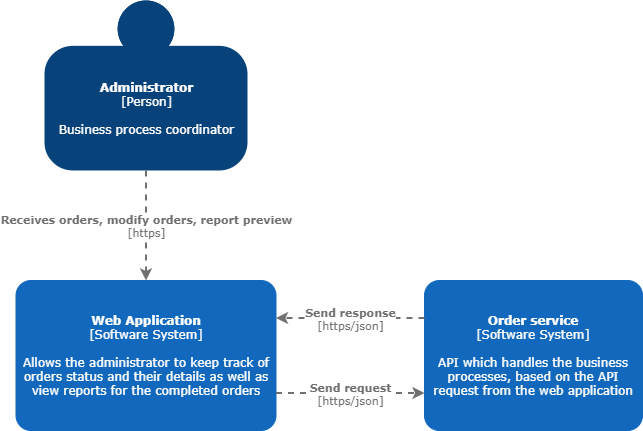
Above: documentation/C4.png in JordanRad/limpo-order-service (draw.io), before the change. Source tidied: cells renumbered, new cells last; positions are measured from the earlier drawing's top-left corner, leaving out a move shared by most shapes. Source of this version:
```xml
<mxGraphModel>
  <root>
    <mxCell id="0" />
    <mxCell id="1" parent="0" />
    <object id="2" label="&lt;b&gt;%c4Name%&lt;/b&gt;&lt;div&gt;[%c4Type%]&lt;/div&gt;&lt;br&gt;&lt;div&gt;%c4Description%&lt;/div&gt;" c4Description="Business process coordinator" c4Name="Administrator" c4Type="Person" placeholders="1">
      <mxCell style="html=1;dashed=0;whitespace=wrap;fillColor=#08427b;strokeColor=none;fontColor=#ffffff;shape=mxgraph.c4.person;align=center;points=[[0.5,0,0],[1,0.5,0],[1,0.75,0],[0.75,1,0],[0.5,1,0],[0.25,1,0],[0,0.75,0],[0,0.5,0]];metaData={&quot;c4Type&quot;:{&quot;editable&quot;:false}};fontFamily=Verdana;" parent="1" vertex="1">
        <mxGeometry x="28" width="203" height="170" as="geometry" />
      </mxCell>
    </object>
    <object id="3" label="&lt;b&gt;%c4Name%&lt;/b&gt;&lt;div&gt;[%c4Type%]&lt;/div&gt;&lt;br&gt;&lt;div&gt;%c4Description%&lt;/div&gt;" c4Description="API which handles the business processes, based on the API request from the web application" c4Name="Order service" c4Type="Software System" placeholders="1">
      <mxCell style="rounded=1;whiteSpace=wrap;html=1;labelBackgroundColor=none;fillColor=#1168BD;fontColor=#ffffff;align=center;arcSize=10;strokeColor=#1168BD;metaData={&quot;c4Type&quot;:{&quot;editable&quot;:false}};points=[[0.25,0,0],[0.5,0,0],[0.75,0,0],[1,0.25,0],[1,0.5,0],[1,0.75,0],[0.75,1,0],[0.5,1,0],[0.25,1,0],[0,0.75,0],[0,0.5,0],[0,0.25,0]];fontFamily=Verdana;" parent="1" vertex="1">
        <mxGeometry x="408" y="280" width="218" height="150" as="geometry" />
      </mxCell>
    </object>
    <object id="4" label="&lt;b&gt;%c4Name%&lt;/b&gt;&lt;div&gt;[%c4Type%]&lt;/div&gt;&lt;br&gt;&lt;div&gt;%c4Description%&lt;/div&gt;" c4Description="Allows the administrator to keep track of orders status and their details as well as view reports for the completed orders" c4Name="Web Application" c4Type="Software System" placeholders="1">
      <mxCell style="rounded=1;whiteSpace=wrap;html=1;labelBackgroundColor=none;fillColor=#1168BD;fontColor=#ffffff;align=center;arcSize=10;strokeColor=#1168BD;metaData={&quot;c4Type&quot;:{&quot;editable&quot;:false}};points=[[0.25,0,0],[0.5,0,0],[0.75,0,0],[1,0.25,0],[1,0.5,0],[1,0.75,0],[0.75,1,0],[0.5,1,0],[0.25,1,0],[0,0.75,0],[0,0.5,0],[0,0.25,0]];fontFamily=Verdana;" parent="1" vertex="1">
        <mxGeometry x="-0.5" y="280" width="260" height="150" as="geometry" />
      </mxCell>
    </object>
    <object id="5" label="&lt;div style=&quot;text-align: left&quot;&gt;&lt;div style=&quot;text-align: center&quot;&gt;&lt;b&gt;%c4Description%&lt;/b&gt;&lt;/div&gt;&lt;div style=&quot;text-align: center&quot;&gt;[%c4Technology%]&lt;/div&gt;&lt;/div&gt;" c4Description="Receives orders, modify orders, report preview" c4Technology="https" c4Type="Relationship" placeholders="1">
      <mxCell style="edgeStyle=none;rounded=0;html=1;entryX=0.5;entryY=0;jettySize=auto;strokeColor=#707070;strokeWidth=2;fontColor=#707070;jumpStyle=none;dashed=1;metaData={&quot;c4Type&quot;:{&quot;editable&quot;:false}};fontFamily=Verdana;entryDx=0;entryDy=0;entryPerimeter=0;exitX=0.5;exitY=1;exitDx=0;exitDy=0;exitPerimeter=0;" parent="1" edge="1" source="2" target="4">
        <mxGeometry relative="1" as="geometry" />
      </mxCell>
    </object>
    <object id="6" label="&lt;div style=&quot;text-align: left&quot;&gt;&lt;div style=&quot;text-align: center&quot;&gt;&lt;b&gt;%c4Description%&lt;/b&gt;&lt;/div&gt;&lt;div style=&quot;text-align: center&quot;&gt;[%c4Technology%]&lt;/div&gt;&lt;/div&gt;" c4Description="Send request" c4Technology="https/json" c4Type="Relationship" placeholders="1">
      <mxCell style="edgeStyle=none;rounded=0;html=1;jettySize=auto;strokeColor=#707070;strokeWidth=2;fontColor=#707070;jumpStyle=none;dashed=1;metaData={&quot;c4Type&quot;:{&quot;editable&quot;:false}};fontFamily=Verdana;exitX=1;exitY=0.75;exitDx=0;exitDy=0;exitPerimeter=0;entryX=0;entryY=0.75;entryDx=0;entryDy=0;entryPerimeter=0;" parent="1" edge="1" source="4" target="3">
        <mxGeometry relative="1" as="geometry" />
      </mxCell>
    </object>
    <object id="7" label="&lt;div style=&quot;text-align: left&quot;&gt;&lt;div style=&quot;text-align: center&quot;&gt;&lt;b&gt;%c4Description%&lt;/b&gt;&lt;/div&gt;&lt;div style=&quot;text-align: center&quot;&gt;[%c4Technology%]&lt;/div&gt;&lt;/div&gt;" c4Description="Send response" c4Technology="https/json" c4Type="Relationship" placeholders="1">
      <mxCell style="edgeStyle=none;rounded=0;html=1;jettySize=auto;strokeColor=#707070;strokeWidth=2;fontColor=#707070;jumpStyle=none;dashed=1;metaData={&quot;c4Type&quot;:{&quot;editable&quot;:false}};fontFamily=Verdana;exitX=0;exitY=0.25;exitDx=0;exitDy=0;exitPerimeter=0;entryX=1;entryY=0.25;entryDx=0;entryDy=0;entryPerimeter=0;" parent="1" edge="1" source="3" target="4">
        <mxGeometry relative="1" as="geometry" />
      </mxCell>
    </object>
  </root>
</mxGraphModel>
```
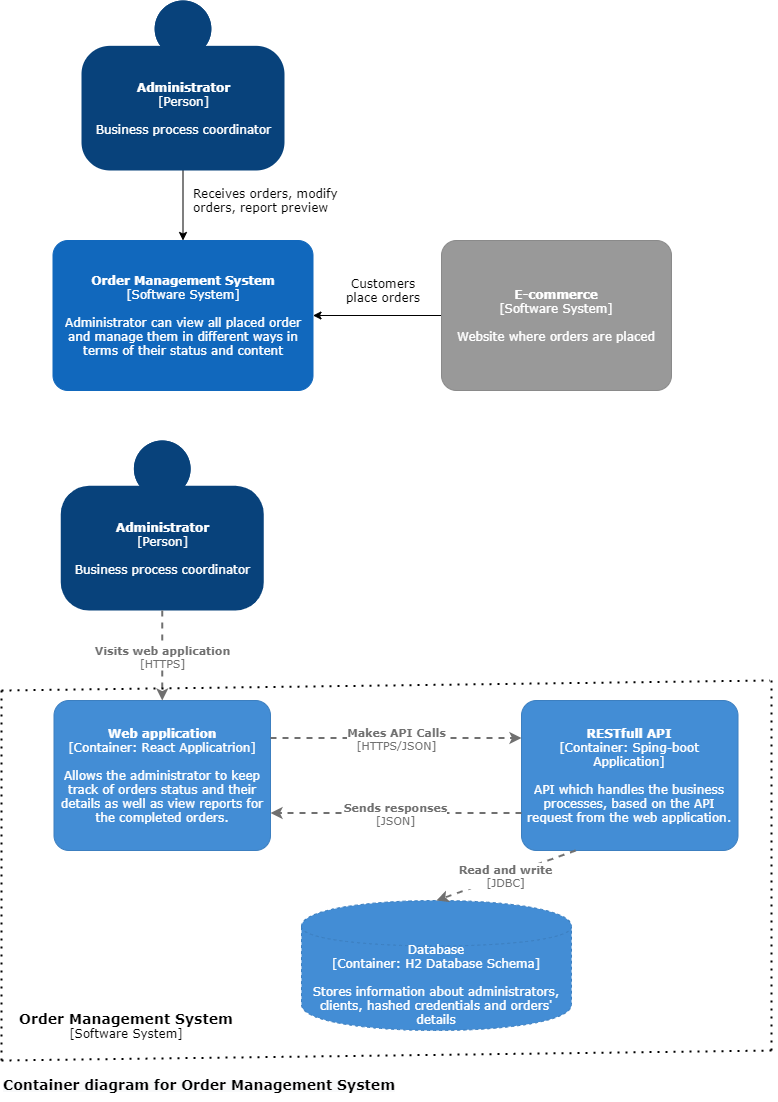
Later version of the same file.

Diff of the diagram source:
```diff
@@ -2,35 +2,102 @@
   <root>
     <mxCell id="0" />
     <mxCell id="1" parent="0" />
+    <mxCell id="5" style="edgeStyle=orthogonalEdgeStyle;rounded=0;jettySize=auto;html=1;fontFamily=Verdana;" parent="1" edge="1" source="2" target="4">
+      <mxGeometry relative="1" as="geometry" />
+    </mxCell>
     <object id="2" label="&lt;b&gt;%c4Name%&lt;/b&gt;&lt;div&gt;[%c4Type%]&lt;/div&gt;&lt;br&gt;&lt;div&gt;%c4Description%&lt;/div&gt;" c4Description="Business process coordinator" c4Name="Administrator" c4Type="Person" placeholders="1">
       <mxCell style="html=1;dashed=0;whitespace=wrap;fillColor=#08427b;strokeColor=none;fontColor=#ffffff;shape=mxgraph.c4.person;align=center;points=[[0.5,0,0],[1,0.5,0],[1,0.75,0],[0.75,1,0],[0.5,1,0],[0.25,1,0],[0,0.75,0],[0,0.5,0]];metaData={&quot;c4Type&quot;:{&quot;editable&quot;:false}};fontFamily=Verdana;" parent="1" vertex="1">
         <mxGeometry x="28" width="203" height="170" as="geometry" />
       </mxCell>
     </object>
-    <object id="3" label="&lt;b&gt;%c4Name%&lt;/b&gt;&lt;div&gt;[%c4Type%]&lt;/div&gt;&lt;br&gt;&lt;div&gt;%c4Description%&lt;/div&gt;" c4Description="API which handles the business processes, based on the API request from the web application" c4Name="Order service" c4Type="Software System" placeholders="1">
-      <mxCell style="rounded=1;whiteSpace=wrap;html=1;labelBackgroundColor=none;fillColor=#1168BD;fontColor=#ffffff;align=center;arcSize=10;strokeColor=#1168BD;metaData={&quot;c4Type&quot;:{&quot;editable&quot;:false}};points=[[0.25,0,0],[0.5,0,0],[0.75,0,0],[1,0.25,0],[1,0.5,0],[1,0.75,0],[0.75,1,0],[0.5,1,0],[0.25,1,0],[0,0.75,0],[0,0.5,0],[0,0.25,0]];fontFamily=Verdana;" parent="1" vertex="1">
-        <mxGeometry x="408" y="280" width="218" height="150" as="geometry" />
-      </mxCell>
-    </object>
-    <object id="4" label="&lt;b&gt;%c4Name%&lt;/b&gt;&lt;div&gt;[%c4Type%]&lt;/div&gt;&lt;br&gt;&lt;div&gt;%c4Description%&lt;/div&gt;" c4Description="Allows the administrator to keep track of orders status and their details as well as view reports for the completed orders" c4Name="Web Application" c4Type="Software System" placeholders="1">
+    <object id="4" label="&lt;b&gt;%c4Name%&lt;/b&gt;&lt;div&gt;[%c4Type%]&lt;/div&gt;&lt;br&gt;&lt;div&gt;%c4Description%&lt;/div&gt;" c4Description="Administrator can view all placed order and manage them in different ways in terms of their status and content" c4Name="Order Management System" c4Type="Software System" placeholders="1">
       <mxCell style="rounded=1;whiteSpace=wrap;html=1;labelBackgroundColor=none;fillColor=#1168BD;fontColor=#ffffff;align=center;arcSize=10;strokeColor=#1168BD;metaData={&quot;c4Type&quot;:{&quot;editable&quot;:false}};points=[[0.25,0,0],[0.5,0,0],[0.75,0,0],[1,0.25,0],[1,0.5,0],[1,0.75,0],[0.75,1,0],[0.5,1,0],[0.25,1,0],[0,0.75,0],[0,0.5,0],[0,0.25,0]];fontFamily=Verdana;" parent="1" vertex="1">
-        <mxGeometry x="-0.5" y="280" width="260" height="150" as="geometry" />
+        <mxGeometry x="-0.5" y="240" width="260" height="150" as="geometry" />
       </mxCell>
     </object>
-    <object id="5" label="&lt;div style=&quot;text-align: left&quot;&gt;&lt;div style=&quot;text-align: center&quot;&gt;&lt;b&gt;%c4Description%&lt;/b&gt;&lt;/div&gt;&lt;div style=&quot;text-align: center&quot;&gt;[%c4Technology%]&lt;/div&gt;&lt;/div&gt;" c4Description="Receives orders, modify orders, report preview" c4Technology="https" c4Type="Relationship" placeholders="1">
-      <mxCell style="edgeStyle=none;rounded=0;html=1;entryX=0.5;entryY=0;jettySize=auto;strokeColor=#707070;strokeWidth=2;fontColor=#707070;jumpStyle=none;dashed=1;metaData={&quot;c4Type&quot;:{&quot;editable&quot;:false}};fontFamily=Verdana;entryDx=0;entryDy=0;entryPerimeter=0;exitX=0.5;exitY=1;exitDx=0;exitDy=0;exitPerimeter=0;" parent="1" edge="1" source="2" target="4">
-        <mxGeometry relative="1" as="geometry" />
-      </mxCell>
-    </object>
-    <object id="6" label="&lt;div style=&quot;text-align: left&quot;&gt;&lt;div style=&quot;text-align: center&quot;&gt;&lt;b&gt;%c4Description%&lt;/b&gt;&lt;/div&gt;&lt;div style=&quot;text-align: center&quot;&gt;[%c4Technology%]&lt;/div&gt;&lt;/div&gt;" c4Description="Send request" c4Technology="https/json" c4Type="Relationship" placeholders="1">
-      <mxCell style="edgeStyle=none;rounded=0;html=1;jettySize=auto;strokeColor=#707070;strokeWidth=2;fontColor=#707070;jumpStyle=none;dashed=1;metaData={&quot;c4Type&quot;:{&quot;editable&quot;:false}};fontFamily=Verdana;exitX=1;exitY=0.75;exitDx=0;exitDy=0;exitPerimeter=0;entryX=0;entryY=0.75;entryDx=0;entryDy=0;entryPerimeter=0;" parent="1" edge="1" source="4" target="3">
-        <mxGeometry relative="1" as="geometry" />
-      </mxCell>
-    </object>
-    <object id="7" label="&lt;div style=&quot;text-align: left&quot;&gt;&lt;div style=&quot;text-align: center&quot;&gt;&lt;b&gt;%c4Description%&lt;/b&gt;&lt;/div&gt;&lt;div style=&quot;text-align: center&quot;&gt;[%c4Technology%]&lt;/div&gt;&lt;/div&gt;" c4Description="Send response" c4Technology="https/json" c4Type="Relationship" placeholders="1">
-      <mxCell style="edgeStyle=none;rounded=0;html=1;jettySize=auto;strokeColor=#707070;strokeWidth=2;fontColor=#707070;jumpStyle=none;dashed=1;metaData={&quot;c4Type&quot;:{&quot;editable&quot;:false}};fontFamily=Verdana;exitX=0;exitY=0.25;exitDx=0;exitDy=0;exitPerimeter=0;entryX=1;entryY=0.25;entryDx=0;entryDy=0;entryPerimeter=0;" parent="1" edge="1" source="3" target="4">
-        <mxGeometry relative="1" as="geometry" />
-      </mxCell>
-    </object>
+    <mxCell id="8" value="Receives orders, modify orders, report preview" style="text;whiteSpace=wrap;html=1;fontFamily=Verdana;rotation=0;" parent="1" vertex="1">
+      <mxGeometry x="138" y="180" width="150" height="30" as="geometry" />
+    </mxCell>
+    <mxCell id="9" style="edgeStyle=orthogonalEdgeStyle;rounded=0;jettySize=auto;html=1;exitX=0;exitY=0.5;exitDx=0;exitDy=0;exitPerimeter=0;fontFamily=Verdana;" parent="1" edge="1" source="10" target="4">
+      <mxGeometry relative="1" as="geometry" />
+    </mxCell>
+    <object id="10" label="&lt;b&gt;%c4Name%&lt;/b&gt;&lt;div&gt;[%c4Type%]&lt;/div&gt;&lt;br&gt;&lt;div&gt;%c4Description%&lt;/div&gt;" c4Description="Website where orders are placed" c4Name="E-commerce" c4Type="Software System" placeholders="1">
+      <mxCell style="rounded=1;whiteSpace=wrap;html=1;labelBackgroundColor=none;fillColor=#999999;fontColor=#ffffff;align=center;arcSize=10;strokeColor=#8A8A8A;metaData={&quot;c4Type&quot;:{&quot;editable&quot;:false}};points=[[0.25,0,0],[0.5,0,0],[0.75,0,0],[1,0.25,0],[1,0.5,0],[1,0.75,0],[0.75,1,0],[0.5,1,0],[0.25,1,0],[0,0.75,0],[0,0.5,0],[0,0.25,0]];fontFamily=Verdana;" parent="1" vertex="1">
+        <mxGeometry x="388" y="240" width="230" height="150" as="geometry" />
+      </mxCell>
+    </object>
+    <mxCell id="11" value="Customers place orders" style="text;whiteSpace=wrap;html=1;fontFamily=Verdana;rotation=0;align=center;" parent="1" vertex="1">
+      <mxGeometry x="279.5" y="270" width="100" height="30" as="geometry" />
+    </mxCell>
+    <object id="12" label="&lt;b&gt;%c4Name%&lt;/b&gt;&lt;div&gt;[%c4Type%]&lt;/div&gt;&lt;br&gt;&lt;div&gt;%c4Description%&lt;/div&gt;" c4Description="Business process coordinator" c4Name="Administrator" c4Type="Person" placeholders="1">
+      <mxCell style="html=1;dashed=0;whitespace=wrap;fillColor=#08427b;strokeColor=none;fontColor=#ffffff;shape=mxgraph.c4.person;align=center;points=[[0.5,0,0],[1,0.5,0],[1,0.75,0],[0.75,1,0],[0.5,1,0],[0.25,1,0],[0,0.75,0],[0,0.5,0]];metaData={&quot;c4Type&quot;:{&quot;editable&quot;:false}};fontFamily=Verdana;" parent="1" vertex="1">
+        <mxGeometry x="7.2" y="440" width="203" height="170" as="geometry" />
+      </mxCell>
+    </object>
+    <object id="13" label="&lt;b&gt;%c4Name%&lt;/b&gt;&lt;div&gt;[%c4Type%: %c4Technology%]&lt;/div&gt;&lt;br&gt;&lt;div&gt;%c4Description%&lt;/div&gt;" c4Description="Allows the administrator to keep track of orders status and their details as well as view reports for the completed orders." c4Name="Web application" c4Technology="React Applicatrion" c4Type="Container" placeholders="1">
+      <mxCell style="rounded=1;whiteSpace=wrap;html=1;labelBackgroundColor=none;fillColor=#438DD5;fontColor=#ffffff;align=center;arcSize=10;strokeColor=#3C7FC0;metaData={&quot;c4Type&quot;:{&quot;editable&quot;:false}};points=[[0.25,0,0],[0.5,0,0],[0.75,0,0],[1,0.25,0],[1,0.5,0],[1,0.75,0],[0.75,1,0],[0.5,1,0],[0.25,1,0],[0,0.75,0],[0,0.5,0],[0,0.25,0]];fontFamily=Verdana;" parent="1" vertex="1">
+        <mxGeometry x="0.5" y="700" width="216.5" height="150" as="geometry" />
+      </mxCell>
+    </object>
+    <object id="14" label="&lt;b&gt;%c4Name%&lt;/b&gt;&lt;div&gt;[%c4Type%: %c4Technology%]&lt;/div&gt;&lt;br&gt;&lt;div&gt;%c4Description%&lt;/div&gt;" c4Description="API which handles the business processes, based on the API request from the web application." c4Name="RESTfull API" c4Technology="Sping-boot Application" c4Type="Container" placeholders="1">
+      <mxCell style="rounded=1;whiteSpace=wrap;html=1;labelBackgroundColor=none;fillColor=#438DD5;fontColor=#ffffff;align=center;arcSize=10;strokeColor=#3C7FC0;metaData={&quot;c4Type&quot;:{&quot;editable&quot;:false}};points=[[0.25,0,0],[0.5,0,0],[0.75,0,0],[1,0.25,0],[1,0.5,0],[1,0.75,0],[0.75,1,0],[0.5,1,0],[0.25,1,0],[0,0.75,0],[0,0.5,0],[0,0.25,0]];fontFamily=Verdana;" parent="1" vertex="1">
+        <mxGeometry x="468" y="700" width="216.5" height="150" as="geometry" />
+      </mxCell>
+    </object>
+    <object id="15" label="%c4Type%&lt;div&gt;[Container:&amp;nbsp;%c4Technology%]&lt;/div&gt;&lt;br&gt;&lt;div&gt;%c4Description%&lt;/div&gt;" c4Description="Stores information about administrators, clients,  hashed credentials and orders' details" c4Technology="H2 Database Schema" c4Type="Database" placeholders="1">
+      <mxCell style="shape=cylinder;whiteSpace=wrap;html=1;boundedLbl=1;rounded=0;labelBackgroundColor=none;fillColor=#438DD5;fontSize=12;fontColor=#ffffff;align=center;strokeColor=#3C7FC0;points=[[0.5,0,0],[1,0.25,0],[1,0.5,0],[1,0.75,0],[0.5,1,0],[0,0.75,0],[0,0.5,0],[0,0.25,0]];metaData={&quot;c4Type&quot;:{&quot;editable&quot;:false}};dashed=1;fontFamily=Verdana;" parent="1" vertex="1">
+        <mxGeometry x="248" y="900" width="270" height="130" as="geometry" />
+      </mxCell>
+    </object>
+    <object id="16" label="&lt;div style=&quot;text-align: left&quot;&gt;&lt;div style=&quot;text-align: center&quot;&gt;&lt;b&gt;%c4Description%&lt;/b&gt;&lt;/div&gt;&lt;div style=&quot;text-align: center&quot;&gt;[%c4Technology%]&lt;/div&gt;&lt;/div&gt;" c4Description="Makes API Calls" c4Technology="HTTPS/JSON" c4Type="Relationship" placeholders="1">
+      <mxCell style="edgeStyle=none;rounded=0;html=1;entryX=0;entryY=0.25;jettySize=auto;strokeColor=#707070;strokeWidth=2;fontColor=#707070;jumpStyle=none;dashed=1;metaData={&quot;c4Type&quot;:{&quot;editable&quot;:false}};fontFamily=Verdana;exitX=1;exitY=0.25;exitDx=0;exitDy=0;exitPerimeter=0;entryDx=0;entryDy=0;entryPerimeter=0;" parent="1" edge="1" source="13" target="14">
+        <mxGeometry relative="1" as="geometry" />
+      </mxCell>
+    </object>
+    <object id="17" label="&lt;div style=&quot;text-align: left&quot;&gt;&lt;div style=&quot;text-align: center&quot;&gt;&lt;b&gt;%c4Description%&lt;/b&gt;&lt;/div&gt;&lt;div style=&quot;text-align: center&quot;&gt;[%c4Technology%]&lt;/div&gt;&lt;/div&gt;" c4Description="Sends responses" c4Technology="JSON" c4Type="Relationship" placeholders="1">
+      <mxCell style="edgeStyle=none;rounded=0;html=1;entryX=1;entryY=0.75;jettySize=auto;strokeColor=#707070;strokeWidth=2;fontColor=#707070;jumpStyle=none;dashed=1;metaData={&quot;c4Type&quot;:{&quot;editable&quot;:false}};fontFamily=Verdana;entryDx=0;entryDy=0;entryPerimeter=0;exitX=0;exitY=0.75;exitDx=0;exitDy=0;exitPerimeter=0;" parent="1" edge="1" source="14" target="13">
+        <mxGeometry relative="1" as="geometry" />
+      </mxCell>
+    </object>
+    <object id="18" label="&lt;div style=&quot;text-align: left&quot;&gt;&lt;div style=&quot;text-align: center&quot;&gt;&lt;b&gt;%c4Description%&lt;/b&gt;&lt;/div&gt;&lt;div style=&quot;text-align: center&quot;&gt;[%c4Technology%]&lt;/div&gt;&lt;/div&gt;" c4Description="Read and write" c4Technology="JDBC" c4Type="Relationship" placeholders="1">
+      <mxCell style="edgeStyle=none;rounded=0;html=1;entryX=0.5;entryY=0;jettySize=auto;strokeColor=#707070;strokeWidth=2;fontColor=#707070;jumpStyle=none;dashed=1;metaData={&quot;c4Type&quot;:{&quot;editable&quot;:false}};fontFamily=Verdana;exitX=0.25;exitY=1;exitDx=0;exitDy=0;exitPerimeter=0;entryDx=0;entryDy=0;entryPerimeter=0;" parent="1" edge="1" source="14" target="15">
+        <mxGeometry relative="1" as="geometry" />
+      </mxCell>
+    </object>
+    <mxCell id="19" value="&lt;font size=&quot;1&quot;&gt;&lt;b style=&quot;font-size: 14px&quot;&gt;Order Management System&lt;/b&gt;&lt;/font&gt;&lt;br&gt;[Software System]" style="text;html=1;strokeColor=none;fillColor=none;align=center;verticalAlign=middle;whiteSpace=wrap;rounded=0;dashed=1;fontFamily=Verdana;" parent="1" vertex="1">
+      <mxGeometry x="-42" y="1010" width="230.2" height="30" as="geometry" />
+    </mxCell>
+    <mxCell id="20" value="&lt;font size=&quot;1&quot; style=&quot;color: rgb(0 , 0 , 0) ; font-family: &amp;#34;verdana&amp;#34; ; font-style: normal ; font-weight: 400 ; letter-spacing: normal ; text-align: center ; text-indent: 0px ; text-transform: none ; word-spacing: 0px ; background-color: rgb(248 , 249 , 250)&quot;&gt;&lt;b style=&quot;font-size: 14px&quot;&gt;Container diagram for Order Management System&lt;/b&gt;&lt;/font&gt;" style="text;whiteSpace=wrap;html=1;fontFamily=Verdana;" parent="1" vertex="1">
+      <mxGeometry x="-52" y="1070" width="419" height="30" as="geometry" />
+    </mxCell>
+    <object id="21" label="&lt;div style=&quot;text-align: left&quot;&gt;&lt;div style=&quot;text-align: center&quot;&gt;&lt;b&gt;%c4Description%&lt;/b&gt;&lt;/div&gt;&lt;div style=&quot;text-align: center&quot;&gt;[%c4Technology%]&lt;/div&gt;&lt;/div&gt;" c4Description="Visits web application" c4Technology="HTTPS" c4Type="Relationship" placeholders="1">
+      <mxCell style="edgeStyle=none;rounded=0;html=1;entryX=0.5;entryY=0;jettySize=auto;strokeColor=#707070;strokeWidth=2;fontColor=#707070;jumpStyle=none;dashed=1;metaData={&quot;c4Type&quot;:{&quot;editable&quot;:false}};fontFamily=Verdana;exitX=0.5;exitY=1;exitDx=0;exitDy=0;exitPerimeter=0;entryDx=0;entryDy=0;entryPerimeter=0;" parent="1" edge="1" source="12" target="13">
+        <mxGeometry relative="1" as="geometry" />
+      </mxCell>
+    </object>
+    <mxCell id="22" style="endArrow=none;dashed=1;html=1;dashPattern=1 3;strokeWidth=2;fontFamily=Verdana;" parent="1" edge="1">
+      <mxGeometry relative="1" as="geometry">
+        <mxPoint x="-52" y="1060" as="sourcePoint" />
+        <mxPoint x="-52" y="690" as="targetPoint" />
+      </mxGeometry>
+    </mxCell>
+    <mxCell id="23" style="endArrow=none;dashed=1;html=1;dashPattern=1 3;strokeWidth=2;fontFamily=Verdana;" parent="1" edge="1">
+      <mxGeometry relative="1" as="geometry">
+        <mxPoint x="-52" y="1060" as="sourcePoint" />
+        <mxPoint x="722" y="1050" as="targetPoint" />
+      </mxGeometry>
+    </mxCell>
+    <mxCell id="24" style="endArrow=none;dashed=1;html=1;dashPattern=1 3;strokeWidth=2;fontFamily=Verdana;" parent="1" edge="1">
+      <mxGeometry relative="1" as="geometry">
+        <mxPoint x="718" y="1050" as="sourcePoint" />
+        <mxPoint x="718" y="680" as="targetPoint" />
+      </mxGeometry>
+    </mxCell>
+    <mxCell id="25" style="endArrow=none;dashed=1;html=1;dashPattern=1 3;strokeWidth=2;fontFamily=Verdana;" parent="1" edge="1">
+      <mxGeometry relative="1" as="geometry">
+        <mxPoint x="-52" y="690" as="sourcePoint" />
+        <mxPoint x="716.5" y="680" as="targetPoint" />
+      </mxGeometry>
+    </mxCell>
   </root>
 </mxGraphModel>
```
